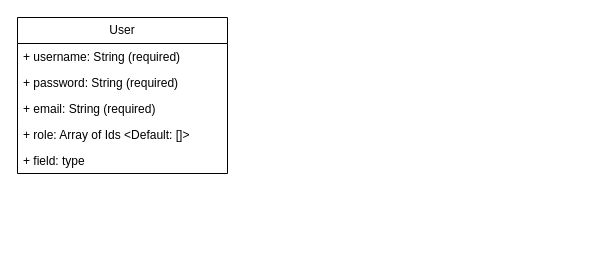
The draw.io diagram Biểu đồ không có tiêu đề.drawio in NguyenPhat2412/Graduation-Project-Nong-San-Sach, before the edit. Source tidied: cells renumbered, new cells numbered last; positions are measured from the earlier drawing's top-left corner, leaving out a move shared by most shapes. Both pictures are drawn from the tidied source at 100%, with x=0, y=0 at pixel (17, 17).
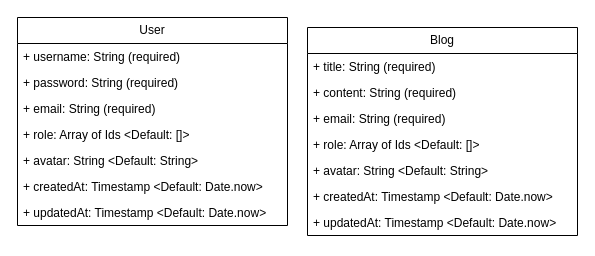
The same page after the edit.

Commit message:
Cập nhật Blog + User.drawio

Diff of the diagram source:
```diff
@@
 <mxGraphModel>
   <root>
     <mxCell id="0" />
     <mxCell id="1" parent="0" />
     <mxCell id="2" value="User" style="swimlane;fontStyle=0;horizontal=1;startSize=26;fillColor=none;whiteSpace=wrap;html=1;" parent="1" vertex="1">
-      <mxGeometry width="210" height="156" as="geometry" />
+      <mxGeometry width="270" height="208" as="geometry" />
     </mxCell>
     <mxCell id="3" value="+ username: String (required)&lt;span style=&quot;white-space: pre;&quot;&gt;&#9;&lt;/span&gt;" style="text;strokeColor=none;fillColor=none;align=left;verticalAlign=top;spacingLeft=4;spacingRight=4;overflow=hidden;whiteSpace=wrap;html=1;" parent="2" vertex="1">
-      <mxGeometry y="26" width="210" height="26" as="geometry" />
+      <mxGeometry y="26" width="270" height="26" as="geometry" />
     </mxCell>
     <mxCell id="4" value="+ password: String (required)" style="text;strokeColor=none;fillColor=none;align=left;verticalAlign=top;spacingLeft=4;spacingRight=4;overflow=hidden;whiteSpace=wrap;html=1;" parent="2" vertex="1">
-      <mxGeometry y="52" width="210" height="26" as="geometry" />
+      <mxGeometry y="52" width="270" height="26" as="geometry" />
     </mxCell>
     <mxCell id="5" value="+ email: String (required)" style="text;strokeColor=none;fillColor=none;align=left;verticalAlign=top;spacingLeft=4;spacingRight=4;overflow=hidden;whiteSpace=wrap;html=1;" parent="2" vertex="1">
-      <mxGeometry y="78" width="210" height="26" as="geometry" />
+      <mxGeometry y="78" width="270" height="26" as="geometry" />
     </mxCell>
     <mxCell id="6" value="+ role: Array of Ids &amp;lt;Default: []&amp;gt;" style="text;strokeColor=none;fillColor=none;align=left;verticalAlign=top;spacingLeft=4;spacingRight=4;overflow=hidden;whiteSpace=wrap;html=1;" parent="2" vertex="1">
-      <mxGeometry y="104" width="210" height="26" as="geometry" />
+      <mxGeometry y="104" width="270" height="26" as="geometry" />
     </mxCell>
-    <mxCell id="7" value="+ field: type" style="text;strokeColor=none;fillColor=none;align=left;verticalAlign=top;spacingLeft=4;spacingRight=4;overflow=hidden;whiteSpace=wrap;html=1;" parent="2" vertex="1">
-      <mxGeometry y="130" width="210" height="26" as="geometry" />
+    <mxCell id="7" value="+ avatar: String &amp;lt;Default: String&amp;gt;" style="text;strokeColor=none;fillColor=none;align=left;verticalAlign=top;spacingLeft=4;spacingRight=4;overflow=hidden;whiteSpace=wrap;html=1;" parent="2" vertex="1">
+      <mxGeometry y="130" width="270" height="26" as="geometry" />
     </mxCell>
+    <mxCell id="8" value="+ createdAt: Timestamp &amp;lt;Default: Date.now&amp;gt;&amp;nbsp;" style="text;strokeColor=none;fillColor=none;align=left;verticalAlign=top;spacingLeft=4;spacingRight=4;overflow=hidden;whiteSpace=wrap;html=1;" parent="2" vertex="1">
+      <mxGeometry y="156" width="270" height="26" as="geometry" />
+    </mxCell>
+    <mxCell id="9" value="+ updatedAt: Timestamp &amp;lt;Default: Date.now&amp;gt;" style="text;strokeColor=none;fillColor=none;align=left;verticalAlign=top;spacingLeft=4;spacingRight=4;overflow=hidden;whiteSpace=wrap;html=1;" parent="2" vertex="1">
+      <mxGeometry y="182" width="270" height="26" as="geometry" />
+    </mxCell>
+    <mxCell id="10" value="Blog" style="swimlane;fontStyle=0;horizontal=1;startSize=26;fillColor=none;whiteSpace=wrap;html=1;" parent="1" vertex="1">
+      <mxGeometry x="290" y="10" width="270" height="208" as="geometry" />
+    </mxCell>
+    <mxCell id="11" value="+ title: String (required)&lt;span style=&quot;white-space: pre;&quot;&gt;&#9;&lt;/span&gt;" style="text;strokeColor=none;fillColor=none;align=left;verticalAlign=top;spacingLeft=4;spacingRight=4;overflow=hidden;whiteSpace=wrap;html=1;" parent="10" vertex="1">
+      <mxGeometry y="26" width="270" height="26" as="geometry" />
+    </mxCell>
+    <mxCell id="12" value="+ content: String (required)" style="text;strokeColor=none;fillColor=none;align=left;verticalAlign=top;spacingLeft=4;spacingRight=4;overflow=hidden;whiteSpace=wrap;html=1;" parent="10" vertex="1">
+      <mxGeometry y="52" width="270" height="26" as="geometry" />
+    </mxCell>
+    <mxCell id="13" value="+ email: String (required)" style="text;strokeColor=none;fillColor=none;align=left;verticalAlign=top;spacingLeft=4;spacingRight=4;overflow=hidden;whiteSpace=wrap;html=1;" parent="10" vertex="1">
+      <mxGeometry y="78" width="270" height="26" as="geometry" />
+    </mxCell>
+    <mxCell id="14" value="+ role: Array of Ids &amp;lt;Default: []&amp;gt;" style="text;strokeColor=none;fillColor=none;align=left;verticalAlign=top;spacingLeft=4;spacingRight=4;overflow=hidden;whiteSpace=wrap;html=1;" parent="10" vertex="1">
+      <mxGeometry y="104" width="270" height="26" as="geometry" />
+    </mxCell>
+    <mxCell id="15" value="+ avatar: String &amp;lt;Default: String&amp;gt;" style="text;strokeColor=none;fillColor=none;align=left;verticalAlign=top;spacingLeft=4;spacingRight=4;overflow=hidden;whiteSpace=wrap;html=1;" parent="10" vertex="1">
+      <mxGeometry y="130" width="270" height="26" as="geometry" />
+    </mxCell>
+    <mxCell id="16" value="+ createdAt: Timestamp &amp;lt;Default: Date.now&amp;gt;&amp;nbsp;" style="text;strokeColor=none;fillColor=none;align=left;verticalAlign=top;spacingLeft=4;spacingRight=4;overflow=hidden;whiteSpace=wrap;html=1;" parent="10" vertex="1">
+      <mxGeometry y="156" width="270" height="26" as="geometry" />
+    </mxCell>
+    <mxCell id="17" value="+ updatedAt: Timestamp &amp;lt;Default: Date.now&amp;gt;" style="text;strokeColor=none;fillColor=none;align=left;verticalAlign=top;spacingLeft=4;spacingRight=4;overflow=hidden;whiteSpace=wrap;html=1;" parent="10" vertex="1">
+      <mxGeometry y="182" width="270" height="26" as="geometry" />
+    </mxCell>
   </root>
 </mxGraphModel>
```
